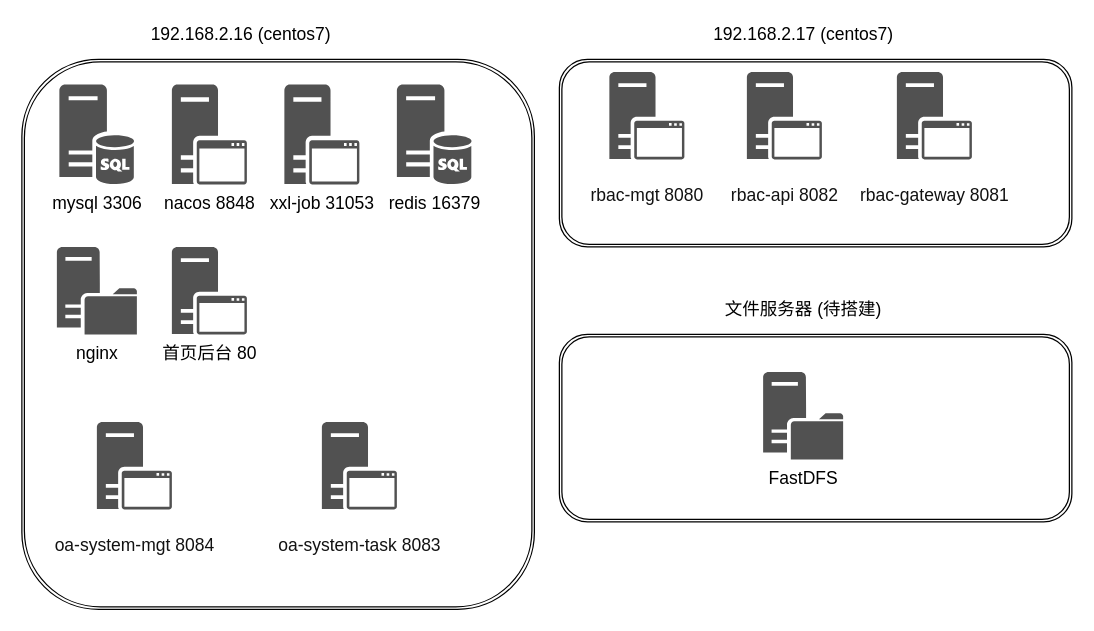
This is 服务器部署情况.drawio from a2398936046/test, a draw.io file, before an edit. Source tidied: cells renumbered, new cells numbered last; positions are measured from the earlier drawing's top-left corner, leaving out a move shared by most shapes. Both pictures are drawn from the tidied source at 125%, with x=0, y=0 at pixel (21, 21).
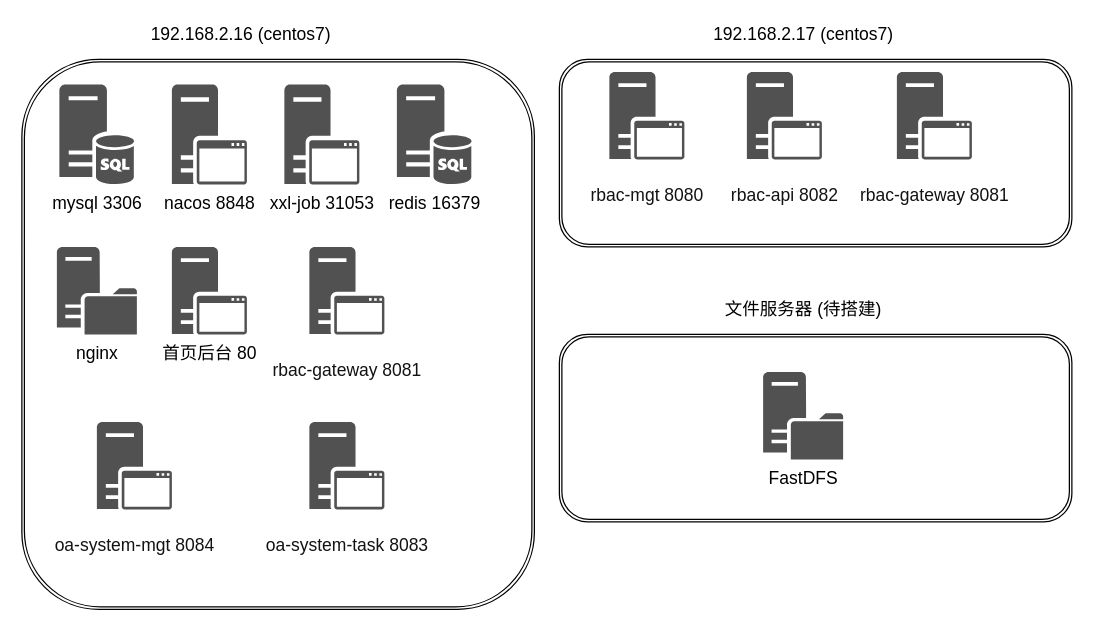
The same page after the edit.

Commit message:
更新服务器部署情况.drawio

What changed in the source:
```diff
@@
     <mxCell id="16" value="&lt;p class=&quot;MsoNormal&quot;&gt;&lt;span style=&quot;font-family: 微软雅黑; color: rgb(18, 18, 18); letter-spacing: 0pt; background: rgb(255, 255, 255);&quot;&gt;&lt;font style=&quot;font-size: 14px;&quot; face=&quot;微软雅黑&quot;&gt;oa-system-task 8083&lt;/font&gt;&lt;/span&gt;&lt;/p&gt;" style="sketch=0;shadow=0;dashed=0;html=1;strokeColor=none;labelPosition=center;verticalLabelPosition=bottom;verticalAlign=top;align=center;fillColor=#515151;shape=mxgraph.mscae.system_center.secondary_site;fontSize=14;" parent="1" vertex="1">
-      <mxGeometry x="240" y="320" width="60" height="70" as="geometry" />
+      <mxGeometry x="230" y="320" width="60" height="70" as="geometry" />
     </mxCell>
@@
+    <mxCell id="20" value="&lt;p class=&quot;MsoNormal&quot;&gt;&lt;span style=&quot;font-family: 微软雅黑; color: rgb(18, 18, 18); letter-spacing: 0pt; background: rgb(255, 255, 255);&quot;&gt;&lt;font style=&quot;font-size: 14px;&quot; face=&quot;微软雅黑&quot;&gt;rbac-gateway 8081&lt;/font&gt;&lt;/span&gt;&lt;/p&gt;" style="sketch=0;shadow=0;dashed=0;html=1;strokeColor=none;labelPosition=center;verticalLabelPosition=bottom;verticalAlign=top;align=center;fillColor=#515151;shape=mxgraph.mscae.system_center.secondary_site;fontSize=14;" parent="1" vertex="1">
+      <mxGeometry x="230" y="180" width="60" height="70" as="geometry" />
+    </mxCell>
```
